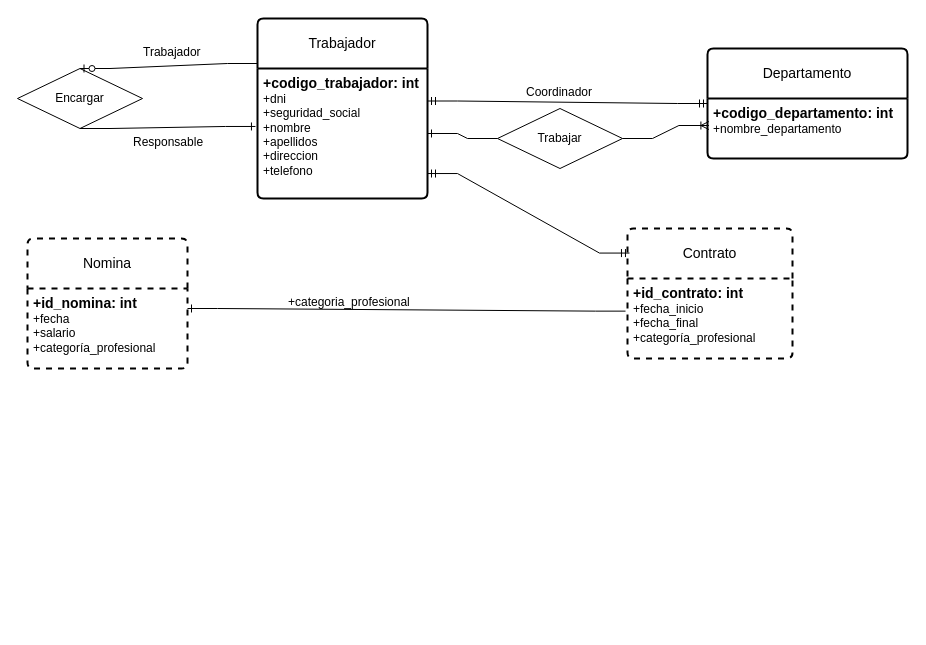
Earlier version of the draw.io diagram ejercicio7.drawio (AsierGArranz/aga-sru-sa-t-UD12DiagramaER-11102023). Source tidied: cells renumbered, new cells numbered last; positions are measured from the earlier drawing's top-left corner, leaving out a move shared by most shapes. Both pictures are drawn from the tidied source at 100%, with x=0, y=0 at pixel (-73, 18).
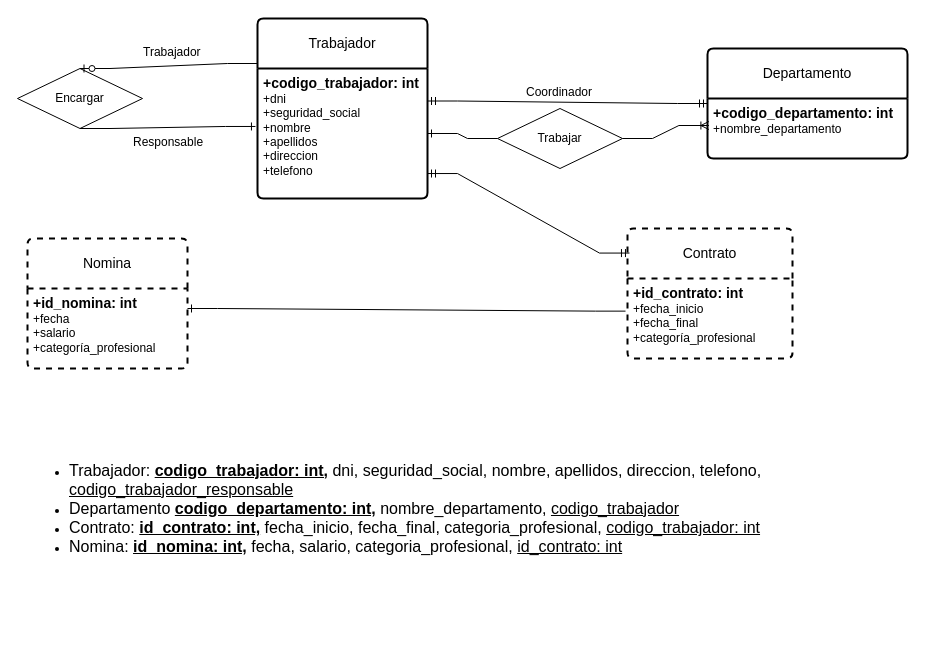
The same page after the edit.

Change to the diagram source:
```diff
@@
-    <mxCell id="22" value="+categoria_profesional" style="text;strokeColor=none;fillColor=none;spacingLeft=4;spacingRight=4;overflow=hidden;fontSize=12;whiteSpace=wrap;html=1;" parent="1" vertex="1">
-      <mxGeometry x="355" y="270" width="145" height="30" as="geometry" />
-    </mxCell>
+    <mxCell id="23" value="&lt;ul&gt;&lt;li&gt;&lt;span style=&quot;font-size: 16px;&quot;&gt;Trabajador: &lt;u style=&quot;font-weight: bold;&quot;&gt;codigo_trabajador: int,&lt;/u&gt;&amp;nbsp;dni, seguridad_social, nombre, apellidos, direccion, telefono, &lt;u&gt;codigo_trabajador_responsable&lt;/u&gt;&lt;/span&gt;&lt;/li&gt;&lt;li&gt;&lt;font style=&quot;font-size: 16px;&quot;&gt;Departamento &lt;u style=&quot;font-weight: bold;&quot;&gt;codigo_departamento: int,&lt;/u&gt;&amp;nbsp;nombre_departamento, &lt;u&gt;codigo_trabajador&lt;/u&gt;&lt;/font&gt;&lt;/li&gt;&lt;li&gt;&lt;font size=&quot;3&quot;&gt;Contrato: &lt;u style=&quot;font-weight: bold;&quot;&gt;id_contrato: int,&lt;/u&gt;&amp;nbsp;fecha_inicio, fecha_final, categoria_profesional, &lt;u&gt;codigo_trabajador: int&lt;/u&gt;&lt;/font&gt;&lt;/li&gt;&lt;li&gt;&lt;font size=&quot;3&quot;&gt;Nomina: &lt;u style=&quot;font-weight: bold;&quot;&gt;id_nomina: int,&lt;/u&gt;&amp;nbsp;fecha, salario, categoria_profesional, &lt;u&gt;id_contrato: int&lt;/u&gt;&lt;/font&gt;&lt;/li&gt;&lt;/ul&gt;" style="text;strokeColor=none;fillColor=none;html=1;whiteSpace=wrap;verticalAlign=middle;overflow=hidden;" parent="1" vertex="1">
+      <mxGeometry x="100" y="370" width="810" height="240" as="geometry" />
+    </mxCell>
```
